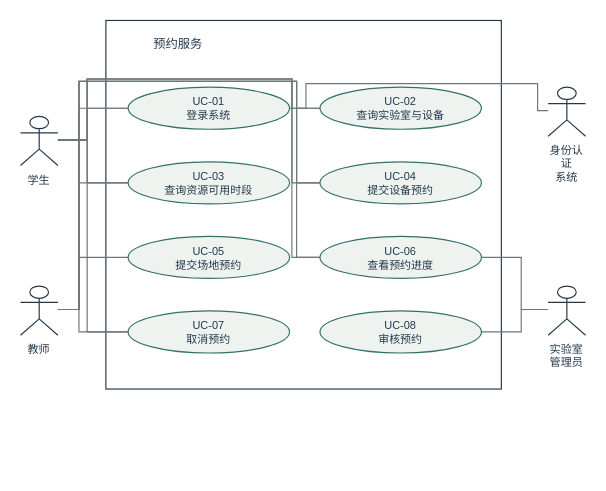
yvming67-gif/campus-lab-equipment-manager keeps this draw.io diagram as models/图形源文件/图4-2-预约服务用例分图.drawio. Above is the earlier version. Source tidied: cells renumbered, new cells numbered last; positions are measured from the earlier drawing's top-left corner, leaving out a move shared by most shapes. Both pictures are drawn from the tidied source at 117%, with x=0, y=0 at pixel (20, 20).
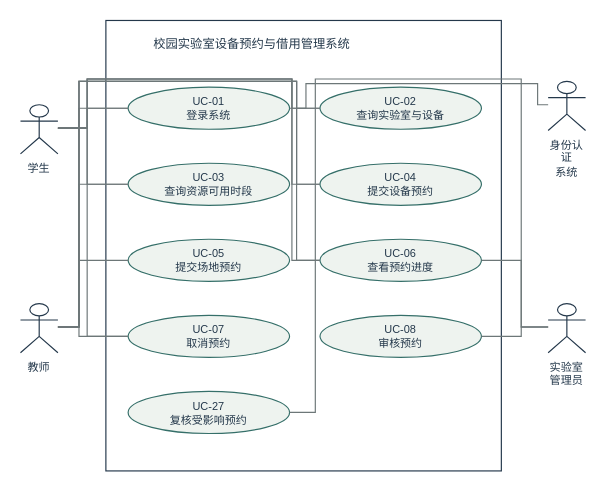
After the change.

The change refers to these unchanged cells:
```xml
<mxCell id="4" value="UC-01&lt;br&gt;登录系统" style="ellipse;strokeColor=#356f69;fillColor=#eef3ef;whiteSpace=wrap;html=1;fontFamily=Microsoft YaHei;fontSize=9.4;fontColor=#24384b;" parent="1" vertex="1">
  <mxGeometry x="92" y="57" width="138" height="36" as="geometry" />
</mxCell>
<mxCell id="5" value="UC-02&lt;br&gt;查询实验室与设备" style="ellipse;strokeColor=#356f69;fillColor=#eef3ef;whiteSpace=wrap;html=1;fontFamily=Microsoft YaHei;fontSize=9.4;fontColor=#24384b;" parent="1" vertex="1">
  <mxGeometry x="256" y="57" width="138" height="36" as="geometry" />
</mxCell>
```

What changed in the source:
```diff
@@
     <mxCell id="2" style="rounded=0;strokeColor=#24384b;fillColor=none;whiteSpace=wrap;html=1;fontFamily=Microsoft YaHei;fontSize=10;fontColor=#24384b;" parent="1" vertex="1">
-      <mxGeometry x="73" width="338" height="315" as="geometry" />
+      <mxGeometry x="73" width="338" height="385" as="geometry" />
     </mxCell>
-    <mxCell id="3" value="预约服务" style="text;strokeColor=none;fillColor=none;whiteSpace=wrap;html=1;fontFamily=Microsoft YaHei;fontSize=10.5;fontColor=#24384b;" parent="1" vertex="1">
+    <mxCell id="3" value="校园实验室设备预约与借用管理系统" style="text;strokeColor=none;fillColor=none;whiteSpace=wrap;html=1;fontFamily=Microsoft YaHei;fontSize=10.5;fontColor=#24384b;" parent="1" vertex="1">
       <mxGeometry x="112" y="7" width="260" height="25" as="geometry" />
     </mxCell>
@@
     <mxCell id="6" value="UC-03&lt;br&gt;查询资源可用时段" style="ellipse;strokeColor=#356f69;fillColor=#eef3ef;whiteSpace=wrap;html=1;fontFamily=Microsoft YaHei;fontSize=9.4;fontColor=#24384b;" parent="1" vertex="1">
-      <mxGeometry x="92" y="120.8" width="138" height="36" as="geometry" />
+      <mxGeometry x="92" y="122" width="138" height="36" as="geometry" />
     </mxCell>
     <mxCell id="7" value="UC-04&lt;br&gt;提交设备预约" style="ellipse;strokeColor=#356f69;fillColor=#eef3ef;whiteSpace=wrap;html=1;fontFamily=Microsoft YaHei;fontSize=9.4;fontColor=#24384b;" parent="1" vertex="1">
-      <mxGeometry x="256" y="120.8" width="138" height="36" as="geometry" />
+      <mxGeometry x="256" y="122" width="138" height="36" as="geometry" />
     </mxCell>
     <mxCell id="8" value="UC-05&lt;br&gt;提交场地预约" style="ellipse;strokeColor=#356f69;fillColor=#eef3ef;whiteSpace=wrap;html=1;fontFamily=Microsoft YaHei;fontSize=9.4;fontColor=#24384b;" parent="1" vertex="1">
-      <mxGeometry x="92" y="184.5" width="138" height="36" as="geometry" />
+      <mxGeometry x="92" y="187" width="138" height="36" as="geometry" />
     </mxCell>
     <mxCell id="9" value="UC-06&lt;br&gt;查看预约进度" style="ellipse;strokeColor=#356f69;fillColor=#eef3ef;whiteSpace=wrap;html=1;fontFamily=Microsoft YaHei;fontSize=9.4;fontColor=#24384b;" parent="1" vertex="1">
-      <mxGeometry x="256" y="184.5" width="138" height="36" as="geometry" />
+      <mxGeometry x="256" y="187" width="138" height="36" as="geometry" />
     </mxCell>
     <mxCell id="10" value="UC-07&lt;br&gt;取消预约" style="ellipse;strokeColor=#356f69;fillColor=#eef3ef;whiteSpace=wrap;html=1;fontFamily=Microsoft YaHei;fontSize=9.4;fontColor=#24384b;" parent="1" vertex="1">
-      <mxGeometry x="92" y="248.2" width="138" height="36" as="geometry" />
+      <mxGeometry x="92" y="252" width="138" height="36" as="geometry" />
     </mxCell>
     <mxCell id="11" value="UC-08&lt;br&gt;审核预约" style="ellipse;strokeColor=#356f69;fillColor=#eef3ef;whiteSpace=wrap;html=1;fontFamily=Microsoft YaHei;fontSize=9.4;fontColor=#24384b;" parent="1" vertex="1">
-      <mxGeometry x="256" y="248.2" width="138" height="36" as="geometry" />
+      <mxGeometry x="256" y="252" width="138" height="36" as="geometry" />
     </mxCell>
+    <mxCell id="32" value="UC-27&lt;br&gt;复核受影响预约" style="ellipse;strokeColor=#356f69;fillColor=#eef3ef;whiteSpace=wrap;html=1;fontFamily=Microsoft YaHei;fontSize=9.4;fontColor=#24384b;" parent="1" vertex="1">
+      <mxGeometry x="92" y="317" width="138" height="36" as="geometry" />
+    </mxCell>
     <mxCell id="12" value="学生" style="shape=umlActor;verticalLabelPosition=bottom;verticalAlign=top;strokeColor=#24384b;fillColor=none;whiteSpace=wrap;html=1;fontFamily=Microsoft YaHei;fontSize=9.5;fontColor=#24384b;" parent="1" vertex="1">
-      <mxGeometry y="82" width="32" height="42" as="geometry" />
+      <mxGeometry y="72" width="32" height="42" as="geometry" />
     </mxCell>
-    <mxCell id="13" style="edgeStyle=none;rounded=0;endArrow=none;dashed=0;strokeColor=#6d7778;exitX=1.0;exitY=0.47619047619047616;exitPerimeter=0;entryX=0.0;entryY=0.5;entryPerimeter=0;" parent="1" edge="1" source="12" target="4">
-      <mxGeometry relative="1" as="geometry">
-        <Array as="points">
-          <mxPoint x="57" y="102" />
-          <mxPoint x="57" y="75" />
-        </Array>
-      </mxGeometry>
-    </mxCell>
-    <mxCell id="14" style="edgeStyle=none;rounded=0;endArrow=none;dashed=0;strokeColor=#6d7778;exitX=1.0;exitY=0.47619047619047616;exitPerimeter=0;entryX=0.0;entryY=0.5;entryPerimeter=0;" parent="1" edge="1" source="12" target="5">
+    <mxCell id="14" style="edgeStyle=none;rounded=0;endArrow=none;dashed=0;strokeColor=#6d7778;exitX=1.0;exitY=0.47619047619047616;exitPerimeter=0;entryX=0.0;entryY=0.5;entryPerimeter=0;" parent="1" edge="1" source="12" target="4">
       <mxGeometry relative="1" as="geometry">
         <Array as="points">
-          <mxPoint x="57" y="102" />
-          <mxPoint x="57" y="50" />
-          <mxPoint x="232" y="50" />
-          <mxPoint x="232" y="75" />
+          <mxPoint x="57" y="92" />
+          <mxPoint x="57" y="75" />
         </Array>
       </mxGeometry>
     </mxCell>
-    <mxCell id="15" style="edgeStyle=none;rounded=0;endArrow=none;dashed=0;strokeColor=#6d7778;exitX=1.0;exitY=0.47619047619047616;exitPerimeter=0;entryX=0.0;entryY=0.5;entryPerimeter=0;" parent="1" edge="1" source="12" target="6">
+    <mxCell id="15" style="edgeStyle=none;rounded=0;endArrow=none;dashed=0;strokeColor=#6d7778;exitX=1.0;exitY=0.47619047619047616;exitPerimeter=0;entryX=0.0;entryY=0.5;entryPerimeter=0;" parent="1" edge="1" source="12" target="5">
       <mxGeometry relative="1" as="geometry">
         <Array as="points">
-          <mxPoint x="57" y="102" />
-          <mxPoint x="57" y="138.8" />
+          <mxPoint x="57" y="92" />
+          <mxPoint x="57" y="50" />
+          <mxPoint x="232" y="50" />
+          <mxPoint x="232" y="75" />
         </Array>
       </mxGeometry>
     </mxCell>
-    <mxCell id="16" style="edgeStyle=none;rounded=0;endArrow=none;dashed=0;strokeColor=#6d7778;exitX=1.0;exitY=0.47619047619047616;exitPerimeter=0;entryX=0.0;entryY=0.5;entryPerimeter=0;" parent="1" edge="1" source="12" target="7">
+    <mxCell id="16" style="edgeStyle=none;rounded=0;endArrow=none;dashed=0;strokeColor=#6d7778;exitX=1.0;exitY=0.47619047619047616;exitPerimeter=0;entryX=0.0;entryY=0.5;entryPerimeter=0;" parent="1" edge="1" source="12" target="6">
       <mxGeometry relative="1" as="geometry">
         <Array as="points">
-          <mxPoint x="57" y="102" />
-          <mxPoint x="57" y="50" />
-          <mxPoint x="232" y="50" />
-          <mxPoint x="232" y="138.8" />
+          <mxPoint x="57" y="92" />
+          <mxPoint x="57" y="140" />
         </Array>
       </mxGeometry>
     </mxCell>
-    <mxCell id="17" style="edgeStyle=none;rounded=0;endArrow=none;dashed=0;strokeColor=#6d7778;exitX=1.0;exitY=0.47619047619047616;exitPerimeter=0;entryX=0.0;entryY=0.5;entryPerimeter=0;" parent="1" edge="1" source="12" target="9">
+    <mxCell id="17" style="edgeStyle=none;rounded=0;endArrow=none;dashed=0;strokeColor=#6d7778;exitX=1.0;exitY=0.47619047619047616;exitPerimeter=0;entryX=0.0;entryY=0.5;entryPerimeter=0;" parent="1" edge="1" source="12" target="7">
       <mxGeometry relative="1" as="geometry">
         <Array as="points">
-          <mxPoint x="57" y="102" />
+          <mxPoint x="57" y="92" />
           <mxPoint x="57" y="50" />
           <mxPoint x="232" y="50" />
-          <mxPoint x="232" y="202.5" />
+          <mxPoint x="232" y="140" />
         </Array>
       </mxGeometry>
     </mxCell>
-    <mxCell id="18" style="edgeStyle=none;rounded=0;endArrow=none;dashed=0;strokeColor=#6d7778;exitX=1.0;exitY=0.47619047619047616;exitPerimeter=0;entryX=0.0;entryY=0.5;entryPerimeter=0;" parent="1" edge="1" source="12" target="10">
+    <mxCell id="18" style="edgeStyle=none;rounded=0;endArrow=none;dashed=0;strokeColor=#6d7778;exitX=1.0;exitY=0.47619047619047616;exitPerimeter=0;entryX=0.0;entryY=0.5;entryPerimeter=0;" parent="1" edge="1" source="12" target="9">
       <mxGeometry relative="1" as="geometry">
         <Array as="points">
-          <mxPoint x="57" y="102" />
-          <mxPoint x="57" y="266.2" />
+          <mxPoint x="57" y="92" />
+          <mxPoint x="57" y="50" />
+          <mxPoint x="232" y="50" />
+          <mxPoint x="232" y="205" />
         </Array>
       </mxGeometry>
     </mxCell>
+    <mxCell id="33" style="edgeStyle=none;rounded=0;endArrow=none;dashed=0;strokeColor=#6d7778;exitX=1.0;exitY=0.47619047619047616;exitPerimeter=0;entryX=0.0;entryY=0.5;entryPerimeter=0;" parent="1" edge="1" source="12" target="10">
+      <mxGeometry relative="1" as="geometry">
+        <Array as="points">
+          <mxPoint x="57" y="92" />
+          <mxPoint x="57" y="270" />
+        </Array>
+      </mxGeometry>
+    </mxCell>
     <mxCell id="19" value="教师" style="shape=umlActor;verticalLabelPosition=bottom;verticalAlign=top;strokeColor=#24384b;fillColor=none;whiteSpace=wrap;html=1;fontFamily=Microsoft YaHei;fontSize=9.5;fontColor=#24384b;" parent="1" vertex="1">
-      <mxGeometry y="227" width="32" height="42" as="geometry" />
+      <mxGeometry y="242" width="32" height="42" as="geometry" />
     </mxCell>
-    <mxCell id="20" style="edgeStyle=none;rounded=0;endArrow=none;dashed=0;strokeColor=#6d7778;exitX=1.0;exitY=0.47619047619047616;exitPerimeter=0;entryX=0.0;entryY=0.5;entryPerimeter=0;" parent="1" edge="1" source="19" target="4">
-      <mxGeometry relative="1" as="geometry">
-        <Array as="points">
-          <mxPoint x="50" y="247" />
-          <mxPoint x="50" y="75" />
-        </Array>
-      </mxGeometry>
-    </mxCell>
-    <mxCell id="21" style="edgeStyle=none;rounded=0;endArrow=none;dashed=0;strokeColor=#6d7778;exitX=1.0;exitY=0.47619047619047616;exitPerimeter=0;entryX=0.0;entryY=0.5;entryPerimeter=0;" parent="1" edge="1" source="19" target="5">
+    <mxCell id="21" style="edgeStyle=none;rounded=0;endArrow=none;dashed=0;strokeColor=#6d7778;exitX=1.0;exitY=0.47619047619047616;exitPerimeter=0;entryX=0.0;entryY=0.5;entryPerimeter=0;" parent="1" edge="1" source="19" target="4">
       <mxGeometry relative="1" as="geometry">
         <Array as="points">
-          <mxPoint x="50" y="247" />
-          <mxPoint x="50" y="52" />
-          <mxPoint x="236" y="52" />
-          <mxPoint x="236" y="75" />
+          <mxPoint x="50" y="262" />
+          <mxPoint x="50" y="75" />
         </Array>
       </mxGeometry>
     </mxCell>
-    <mxCell id="22" style="edgeStyle=none;rounded=0;endArrow=none;dashed=0;strokeColor=#6d7778;exitX=1.0;exitY=0.47619047619047616;exitPerimeter=0;entryX=0.0;entryY=0.5;entryPerimeter=0;" parent="1" edge="1" source="19" target="6">
+    <mxCell id="22" style="edgeStyle=none;rounded=0;endArrow=none;dashed=0;strokeColor=#6d7778;exitX=1.0;exitY=0.47619047619047616;exitPerimeter=0;entryX=0.0;entryY=0.5;entryPerimeter=0;" parent="1" edge="1" source="19" target="5">
       <mxGeometry relative="1" as="geometry">
         <Array as="points">
-          <mxPoint x="50" y="247" />
-          <mxPoint x="50" y="138.8" />
+          <mxPoint x="50" y="262" />
+          <mxPoint x="50" y="52" />
+          <mxPoint x="236" y="52" />
+          <mxPoint x="236" y="75" />
         </Array>
       </mxGeometry>
     </mxCell>
-    <mxCell id="23" style="edgeStyle=none;rounded=0;endArrow=none;dashed=0;strokeColor=#6d7778;exitX=1.0;exitY=0.47619047619047616;exitPerimeter=0;entryX=0.0;entryY=0.5;entryPerimeter=0;" parent="1" edge="1" source="19" target="7">
+    <mxCell id="23" style="edgeStyle=none;rounded=0;endArrow=none;dashed=0;strokeColor=#6d7778;exitX=1.0;exitY=0.47619047619047616;exitPerimeter=0;entryX=0.0;entryY=0.5;entryPerimeter=0;" parent="1" edge="1" source="19" target="6">
       <mxGeometry relative="1" as="geometry">
         <Array as="points">
-          <mxPoint x="50" y="247" />
-          <mxPoint x="50" y="52" />
-          <mxPoint x="236" y="52" />
-          <mxPoint x="236" y="138.8" />
+          <mxPoint x="50" y="262" />
+          <mxPoint x="50" y="140" />
         </Array>
       </mxGeometry>
     </mxCell>
-    <mxCell id="24" style="edgeStyle=none;rounded=0;endArrow=none;dashed=0;strokeColor=#6d7778;exitX=1.0;exitY=0.47619047619047616;exitPerimeter=0;entryX=0.0;entryY=0.5;entryPerimeter=0;" parent="1" edge="1" source="19" target="8">
+    <mxCell id="24" style="edgeStyle=none;rounded=0;endArrow=none;dashed=0;strokeColor=#6d7778;exitX=1.0;exitY=0.47619047619047616;exitPerimeter=0;entryX=0.0;entryY=0.5;entryPerimeter=0;" parent="1" edge="1" source="19" target="7">
       <mxGeometry relative="1" as="geometry">
         <Array as="points">
-          <mxPoint x="50" y="247" />
-          <mxPoint x="50" y="202.5" />
+          <mxPoint x="50" y="262" />
+          <mxPoint x="50" y="52" />
+          <mxPoint x="236" y="52" />
+          <mxPoint x="236" y="140" />
         </Array>
       </mxGeometry>
     </mxCell>
-    <mxCell id="25" style="edgeStyle=none;rounded=0;endArrow=none;dashed=0;strokeColor=#6d7778;exitX=1.0;exitY=0.47619047619047616;exitPerimeter=0;entryX=0.0;entryY=0.5;entryPerimeter=0;" parent="1" edge="1" source="19" target="9">
+    <mxCell id="25" style="edgeStyle=none;rounded=0;endArrow=none;dashed=0;strokeColor=#6d7778;exitX=1.0;exitY=0.47619047619047616;exitPerimeter=0;entryX=0.0;entryY=0.5;entryPerimeter=0;" parent="1" edge="1" source="19" target="8">
       <mxGeometry relative="1" as="geometry">
         <Array as="points">
-          <mxPoint x="50" y="247" />
-          <mxPoint x="50" y="52" />
-          <mxPoint x="236" y="52" />
-          <mxPoint x="236" y="202.5" />
+          <mxPoint x="50" y="262" />
+          <mxPoint x="50" y="205" />
         </Array>
       </mxGeometry>
     </mxCell>
-    <mxCell id="26" style="edgeStyle=none;rounded=0;endArrow=none;dashed=0;strokeColor=#6d7778;exitX=1.0;exitY=0.47619047619047616;exitPerimeter=0;entryX=0.0;entryY=0.5;entryPerimeter=0;" parent="1" edge="1" source="19" target="10">
+    <mxCell id="26" style="edgeStyle=none;rounded=0;endArrow=none;dashed=0;strokeColor=#6d7778;exitX=1.0;exitY=0.47619047619047616;exitPerimeter=0;entryX=0.0;entryY=0.5;entryPerimeter=0;" parent="1" edge="1" source="19" target="9">
       <mxGeometry relative="1" as="geometry">
         <Array as="points">
-          <mxPoint x="50" y="247" />
-          <mxPoint x="50" y="266.2" />
+          <mxPoint x="50" y="262" />
+          <mxPoint x="50" y="52" />
+          <mxPoint x="236" y="52" />
+          <mxPoint x="236" y="205" />
         </Array>
       </mxGeometry>
     </mxCell>
+    <mxCell id="34" style="edgeStyle=none;rounded=0;endArrow=none;dashed=0;strokeColor=#6d7778;exitX=1.0;exitY=0.47619047619047616;exitPerimeter=0;entryX=0.0;entryY=0.5;entryPerimeter=0;" parent="1" edge="1" source="19" target="10">
+      <mxGeometry relative="1" as="geometry">
+        <Array as="points">
+          <mxPoint x="50" y="262" />
+          <mxPoint x="50" y="270" />
+        </Array>
+      </mxGeometry>
+    </mxCell>
     <mxCell id="27" value="身份认证&lt;br&gt;系统" style="shape=umlActor;verticalLabelPosition=bottom;verticalAlign=top;strokeColor=#24384b;fillColor=none;whiteSpace=wrap;html=1;fontFamily=Microsoft YaHei;fontSize=9.5;fontColor=#24384b;" parent="1" vertex="1">
-      <mxGeometry x="451" y="57" width="32" height="42" as="geometry" />
+      <mxGeometry x="451" y="52" width="32" height="42" as="geometry" />
     </mxCell>
     <mxCell id="28" style="edgeStyle=none;rounded=0;endArrow=none;dashed=0;strokeColor=#6d7778;exitX=0.0;exitY=0.47619047619047616;exitPerimeter=0;entryX=1.0;entryY=0.5;entryPerimeter=0;" parent="1" edge="1" source="27" target="4">
       <mxGeometry relative="1" as="geometry">
         <Array as="points">
-          <mxPoint x="442" y="77" />
+          <mxPoint x="442" y="72" />
           <mxPoint x="442" y="54" />
           <mxPoint x="244" y="54" />
           <mxPoint x="244" y="75" />
         </Array>
       </mxGeometry>
     </mxCell>
     <mxCell id="29" value="实验室&lt;br&gt;管理员" style="shape=umlActor;verticalLabelPosition=bottom;verticalAlign=top;strokeColor=#24384b;fillColor=none;whiteSpace=wrap;html=1;fontFamily=Microsoft YaHei;fontSize=9.5;fontColor=#24384b;" parent="1" vertex="1">
-      <mxGeometry x="451" y="227" width="32" height="42" as="geometry" />
+      <mxGeometry x="451" y="242" width="32" height="42" as="geometry" />
     </mxCell>
-    <mxCell id="30" style="edgeStyle=none;rounded=0;endArrow=none;dashed=0;strokeColor=#6d7778;exitX=0.0;exitY=0.47619047619047616;exitPerimeter=0;entryX=1.0;entryY=0.5;entryPerimeter=0;" parent="1" edge="1" source="29" target="9">
-      <mxGeometry relative="1" as="geometry">
-        <Array as="points">
-          <mxPoint x="428" y="247" />
-          <mxPoint x="428" y="202.5" />
-        </Array>
-      </mxGeometry>
-    </mxCell>
-    <mxCell id="31" style="edgeStyle=none;rounded=0;endArrow=none;dashed=0;strokeColor=#6d7778;exitX=0.0;exitY=0.47619047619047616;exitPerimeter=0;entryX=1.0;entryY=0.5;entryPerimeter=0;" parent="1" edge="1" source="29" target="11">
+    <mxCell id="31" style="edgeStyle=none;rounded=0;endArrow=none;dashed=0;strokeColor=#6d7778;exitX=0.0;exitY=0.47619047619047616;exitPerimeter=0;entryX=1.0;entryY=0.5;entryPerimeter=0;" parent="1" edge="1" source="29" target="9">
       <mxGeometry relative="1" as="geometry">
         <Array as="points">
-          <mxPoint x="428" y="247" />
-          <mxPoint x="428" y="266.2" />
+          <mxPoint x="428" y="262" />
+          <mxPoint x="428" y="205" />
         </Array>
       </mxGeometry>
     </mxCell>
+    <mxCell id="35" style="edgeStyle=none;rounded=0;endArrow=none;dashed=0;strokeColor=#6d7778;exitX=0.0;exitY=0.47619047619047616;exitPerimeter=0;entryX=1.0;entryY=0.5;entryPerimeter=0;" parent="1" edge="1" source="29" target="11">
+      <mxGeometry relative="1" as="geometry">
+        <Array as="points">
+          <mxPoint x="428" y="262" />
+          <mxPoint x="428" y="270" />
+        </Array>
+      </mxGeometry>
+    </mxCell>
+    <mxCell id="36" style="edgeStyle=none;rounded=0;endArrow=none;dashed=0;strokeColor=#6d7778;exitX=0.0;exitY=0.47619047619047616;exitPerimeter=0;entryX=1.0;entryY=0.5;entryPerimeter=0;" parent="1" edge="1" source="29" target="32">
+      <mxGeometry relative="1" as="geometry">
+        <Array as="points">
+          <mxPoint x="428" y="262" />
+          <mxPoint x="428" y="50" />
+          <mxPoint x="252" y="50" />
+          <mxPoint x="252" y="335" />
+        </Array>
+      </mxGeometry>
+    </mxCell>
```
